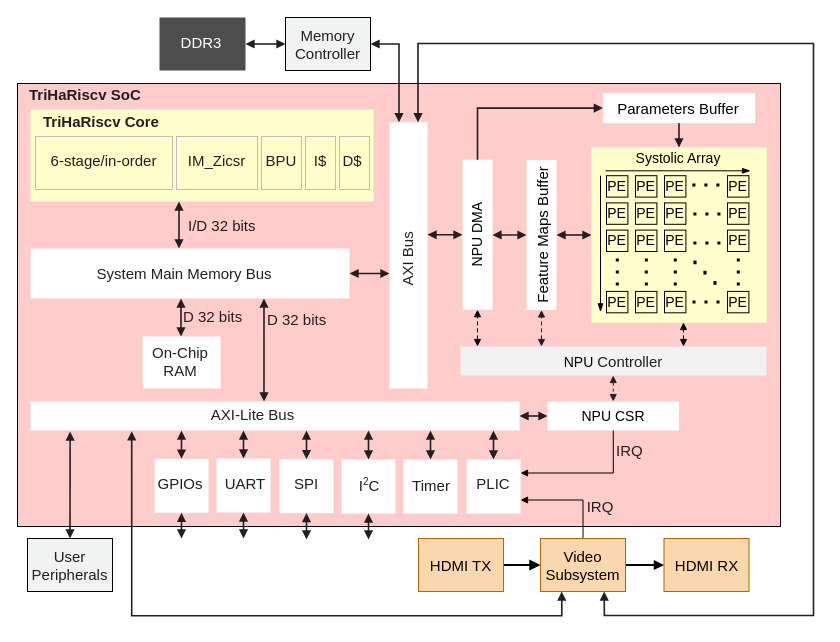
wan-yuanxing/TriHaRiscv-v3 keeps this draw.io diagram as page "TriHaRiscv SoC" (1 of 15) of docs/technical-report/figure/rv32-soc.drawio. Above is the earlier version. Source tidied: cells renumbered, new cells numbered last; positions are measured from the earlier drawing's top-left corner, leaving out a move shared by most shapes. Both pictures are drawn from the tidied source at 100%, with x=0, y=0 at pixel (17, 17).
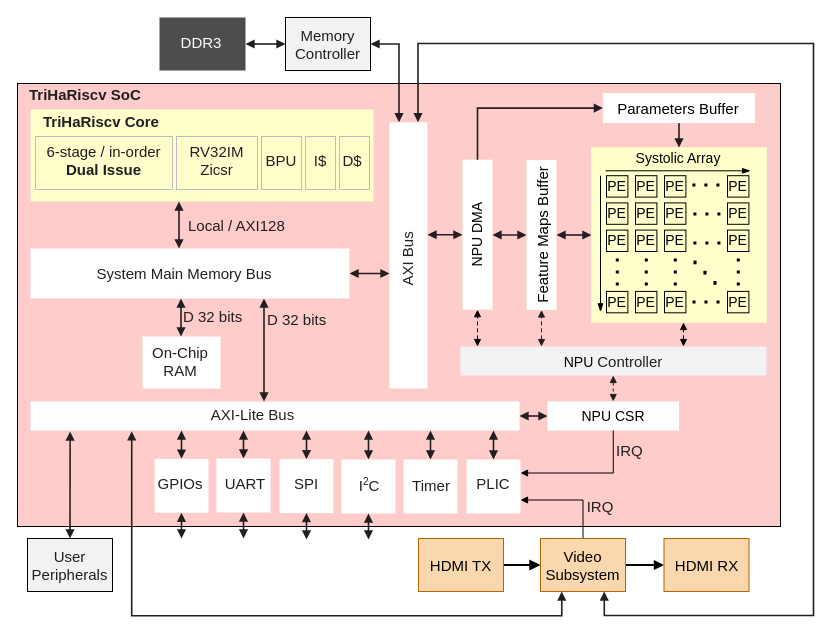
Above is the later version.

The change refers to these unchanged cells:
```xml
<mxCell id="2" style="rounded=0;whiteSpace=wrap;html=1;strokeColor=default;fillColor=#FFCCCC;fontColor=#231F20;fontFamily=Helvetica;fontSize=15;align=center;verticalAlign=middle;spacing=0;shadow=0;" parent="1" vertex="1">
  <mxGeometry y="66" width="763" height="443" as="geometry" />
</mxCell>
<mxCell id="6" style="group;" parent="4" vertex="1">
  <mxGeometry x="5" y="27" width="334" height="53" as="geometry" />
</mxCell>
```

Diff of the diagram source:
```diff
@@
-    <mxCell id="10" value="&lt;div style=&quot;line-height:18px;&quot;&gt;IM_Zicsr&lt;/div&gt;" style="rounded=0;whiteSpace=wrap;html=1;strokeColor=#BDBDBD;fillColor=none;fontColor=#231F20;fontFamily=Helvetica;fontSize=15;align=center;verticalAlign=middle;spacing=0;shadow=0;" parent="6" vertex="1">
+    <mxCell id="10" value="RV32IM&lt;br&gt;Zicsr" style="rounded=0;whiteSpace=wrap;html=1;strokeColor=#BDBDBD;fillColor=none;fontColor=#231F20;fontFamily=Helvetica;fontSize=15;align=center;verticalAlign=middle;spacing=0;shadow=0;" parent="6" vertex="1">
       <mxGeometry x="141" width="81" height="53" as="geometry">
         <mxPoint x="-0.5" y="-3" as="offset" />
       </mxGeometry>
     </mxCell>
-    <mxCell id="11" value="&lt;div style=&quot;line-height:18px;&quot;&gt;6-stage/in-order&lt;/div&gt;" style="rounded=0;whiteSpace=wrap;html=1;strokeColor=#BDBDBD;fillColor=none;fontColor=#231F20;fontFamily=Helvetica;fontSize=15;align=center;verticalAlign=middle;spacing=0;shadow=0;" parent="6" vertex="1">
+    <mxCell id="11" value="6-stage / in-order&lt;br&gt;&lt;b&gt;Dual Issue&lt;/b&gt;" style="rounded=0;whiteSpace=wrap;html=1;strokeColor=#BDBDBD;fillColor=none;fontColor=#231F20;fontFamily=Helvetica;fontSize=15;align=center;verticalAlign=middle;spacing=0;shadow=0;" parent="6" vertex="1">
       <mxGeometry width="137" height="53" as="geometry">
         <mxPoint x="-0.5" y="-3" as="offset" />
       </mxGeometry>
     </mxCell>
@@
-    <mxCell id="20" value="&lt;div style=&quot;line-height:18px;&quot;&gt;I/D 32 bits&lt;/div&gt;" style="text;rounded=0;whiteSpace=wrap;html=1;strokeColor=none;fillColor=none;fontColor=#231F20;fontFamily=Helvetica;fontSize=15;align=center;verticalAlign=middle;spacing=0;shadow=0;align=left;" parent="2" vertex="1">
-      <mxGeometry x="171" y="131" width="92" height="22" as="geometry">
+    <mxCell id="20" value="Local / AXI128" style="text;rounded=0;whiteSpace=wrap;html=1;strokeColor=none;fillColor=none;fontColor=#231F20;fontFamily=Helvetica;fontSize=15;align=left;verticalAlign=middle;spacing=0;shadow=0;" parent="2" vertex="1">
+      <mxGeometry x="171" y="131" width="120" height="22" as="geometry">
         <mxPoint y="-0.5" as="offset" />
       </mxGeometry>
     </mxCell>
```
